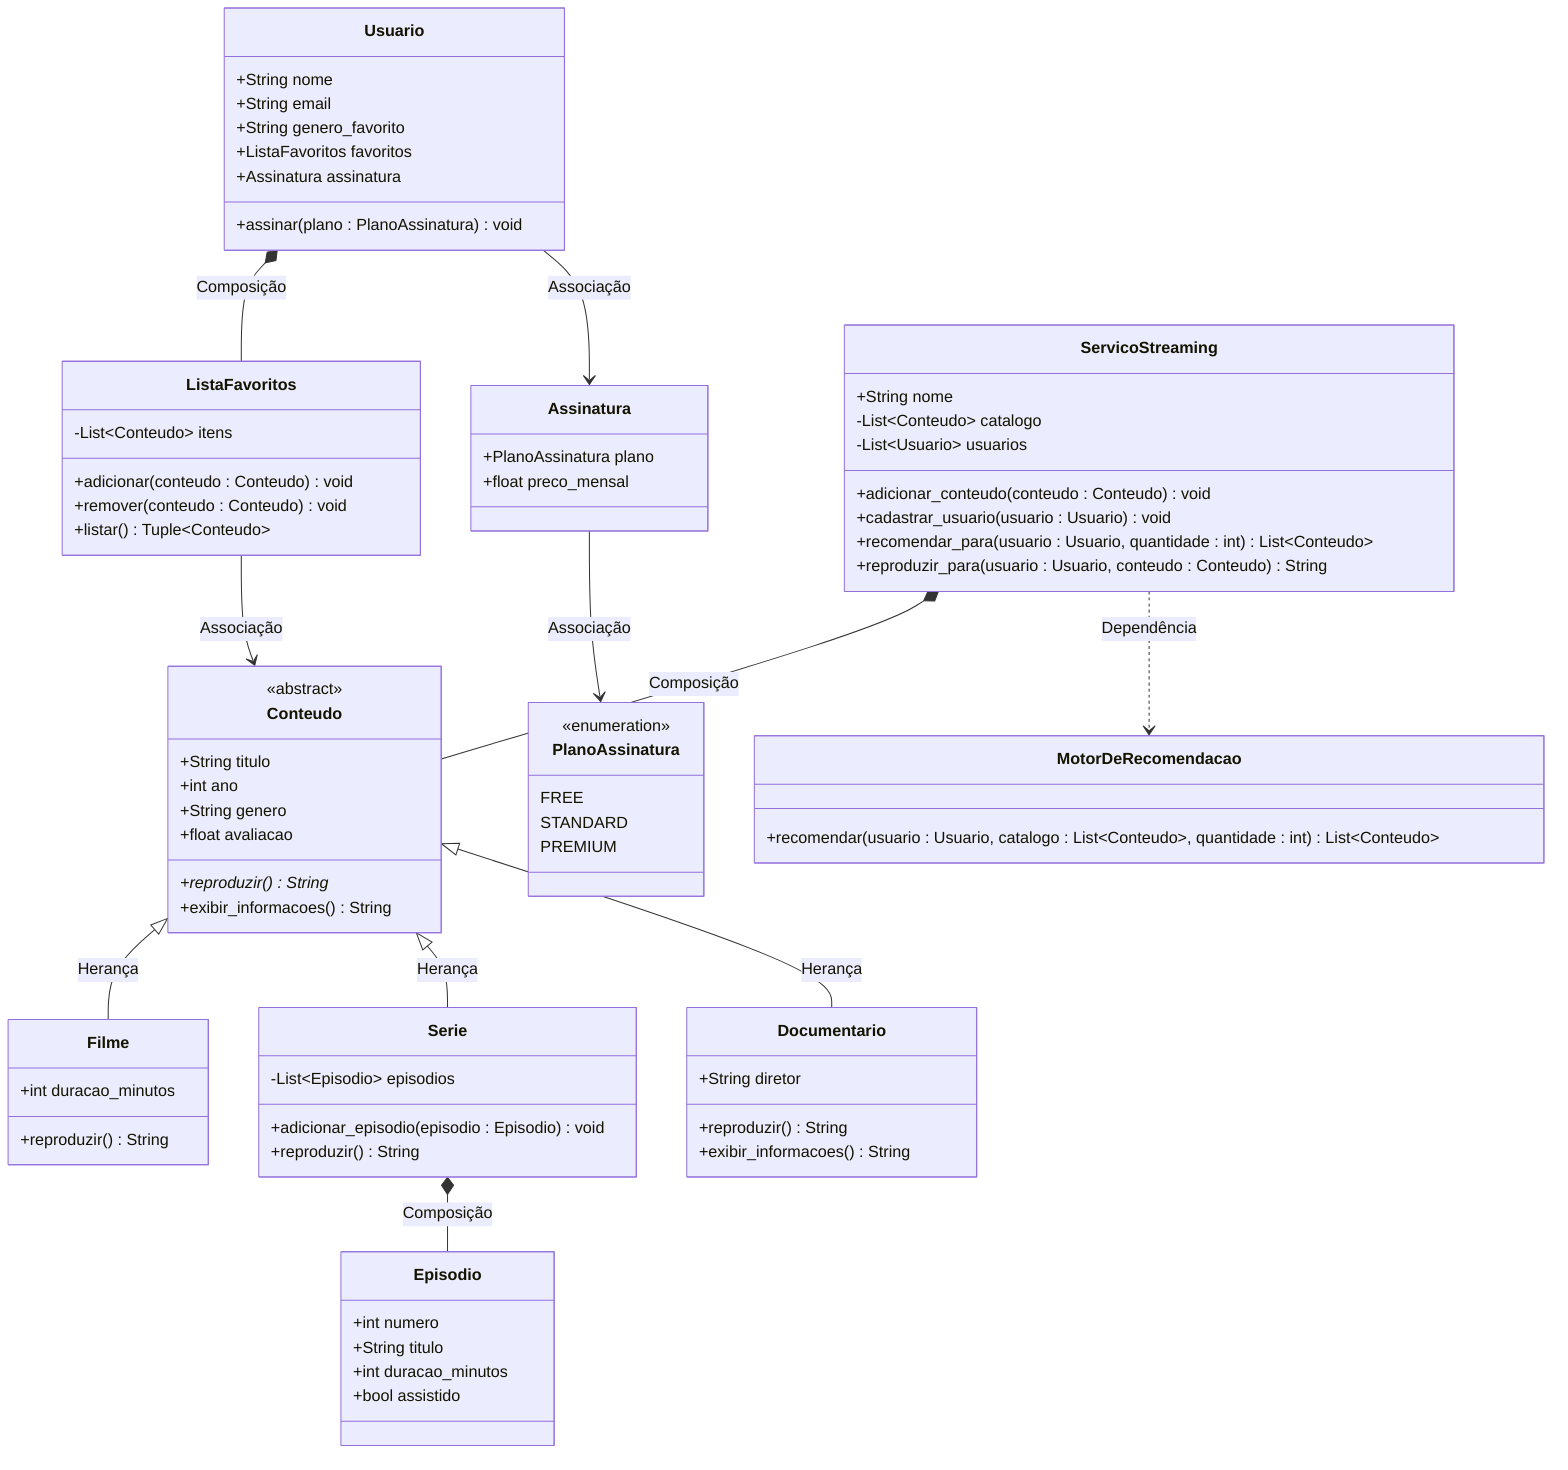
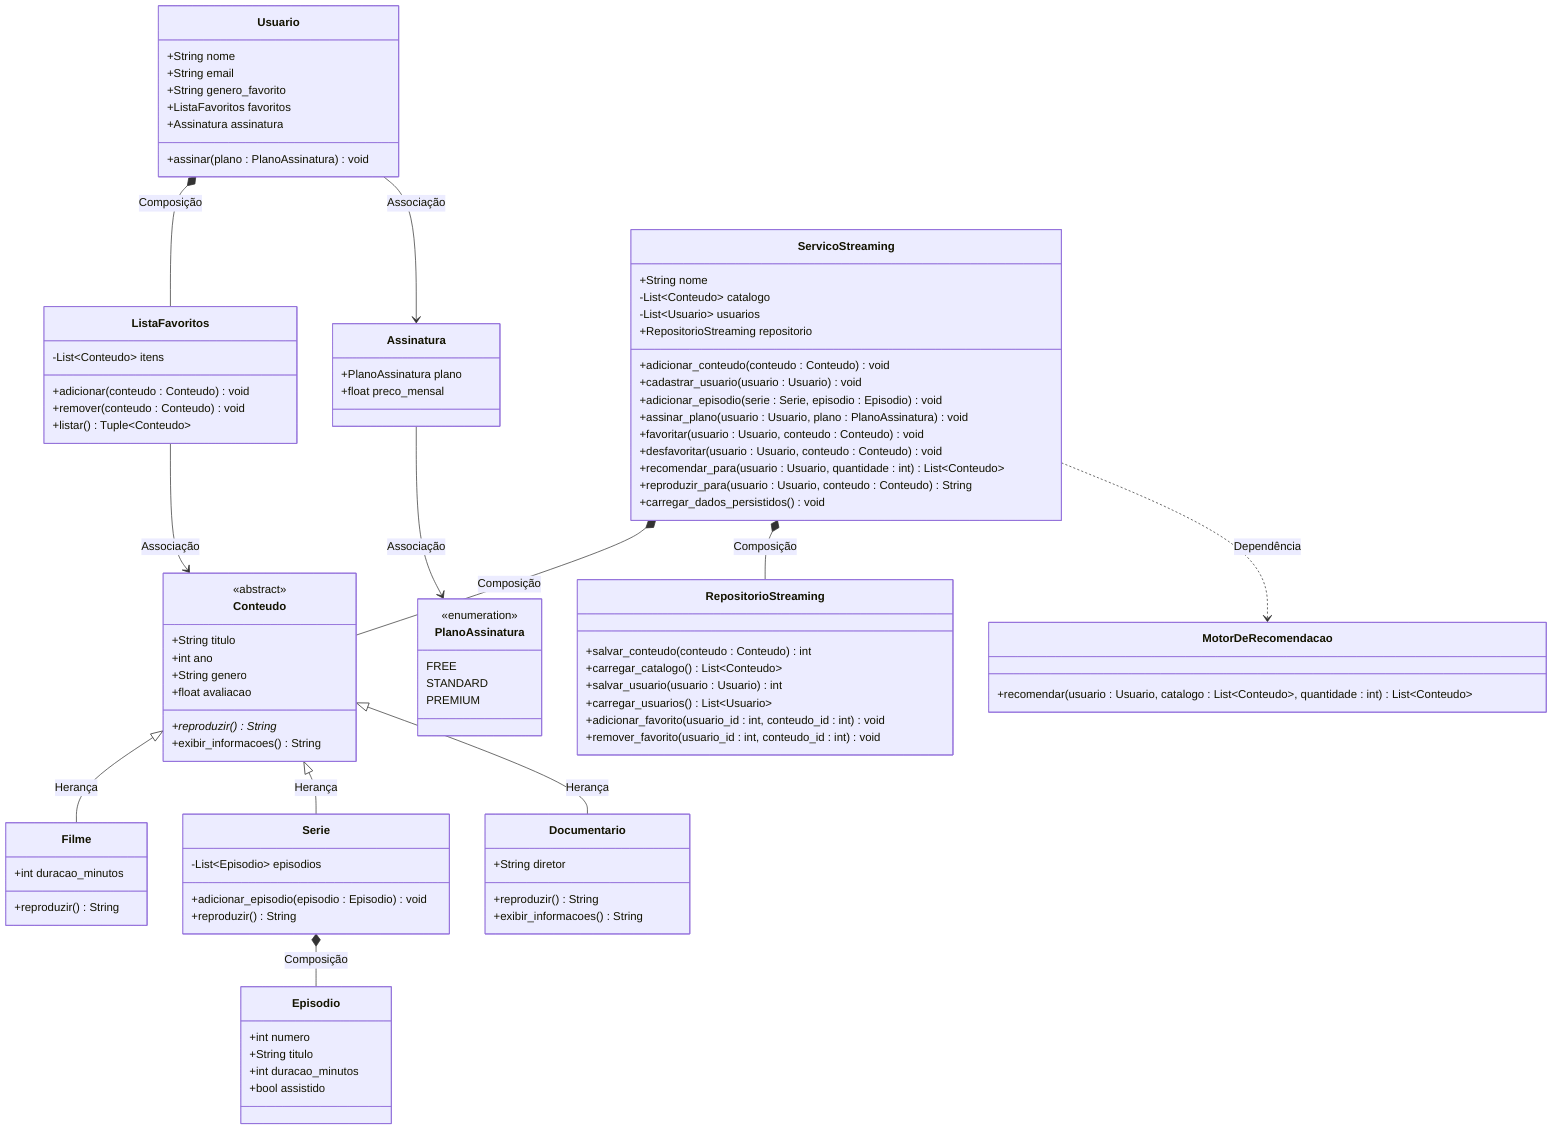
classDiagram
    class Conteudo {
        <<abstract>>
        +String titulo
        +int ano
        +String genero
        +float avaliacao
        +reproduzir()* String
        +exibir_informacoes() String
    }
    class Filme {
        +int duracao_minutos
        +reproduzir() String
    }
    class Serie {
        -List~Episodio~ episodios
        +adicionar_episodio(episodio : Episodio) void
        +reproduzir() String
    }
    class Documentario {
        +String diretor
        +reproduzir() String
        +exibir_informacoes() String
    }
    class Episodio {
        +int numero
        +String titulo
        +int duracao_minutos
        +bool assistido
    }
    class Usuario {
        +String nome
        +String email
        +String genero_favorito
        +ListaFavoritos favoritos
        +Assinatura assinatura
        +assinar(plano : PlanoAssinatura) void
    }
    class ListaFavoritos {
        -List~Conteudo~ itens
        +adicionar(conteudo : Conteudo) void
        +remover(conteudo : Conteudo) void
        +listar() Tuple~Conteudo~
    }
    class Assinatura {
        +PlanoAssinatura plano
        +float preco_mensal
    }
    class PlanoAssinatura {
        <<enumeration>>
        FREE
        STANDARD
        PREMIUM
    }
    class ServicoStreaming {
        +String nome
        -List~Conteudo~ catalogo
        -List~Usuario~ usuarios
+         +RepositorioStreaming repositorio
        +adicionar_conteudo(conteudo : Conteudo) void
        +cadastrar_usuario(usuario : Usuario) void
+         +adicionar_episodio(serie : Serie, episodio : Episodio) void
+         +assinar_plano(usuario : Usuario, plano : PlanoAssinatura) void
+         +favoritar(usuario : Usuario, conteudo : Conteudo) void
+         +desfavoritar(usuario : Usuario, conteudo : Conteudo) void
        +recomendar_para(usuario : Usuario, quantidade : int) List~Conteudo~
        +reproduzir_para(usuario : Usuario, conteudo : Conteudo) String
+         +carregar_dados_persistidos() void
    }
    class MotorDeRecomendacao {
        +recomendar(usuario : Usuario, catalogo : List~Conteudo~, quantidade : int) List~Conteudo~
+     }
+     class RepositorioStreaming {
+         +salvar_conteudo(conteudo : Conteudo) int
+         +carregar_catalogo() List~Conteudo~
+         +salvar_usuario(usuario : Usuario) int
+         +carregar_usuarios() List~Usuario~
+         +adicionar_favorito(usuario_id : int, conteudo_id : int) void
+         +remover_favorito(usuario_id : int, conteudo_id : int) void
    }

    Conteudo <|-- Filme : Herança
    Conteudo <|-- Serie : Herança
    Conteudo <|-- Documentario : Herança

    Serie *-- Episodio : Composição
    Usuario *-- ListaFavoritos : Composição
    ServicoStreaming *-- Conteudo : Composição
+     ServicoStreaming *-- RepositorioStreaming : Composição

    Usuario --> Assinatura : Associação
    Assinatura --> PlanoAssinatura : Associação
    ListaFavoritos --> Conteudo : Associação

    ServicoStreaming ..> MotorDeRecomendacao : Dependência
